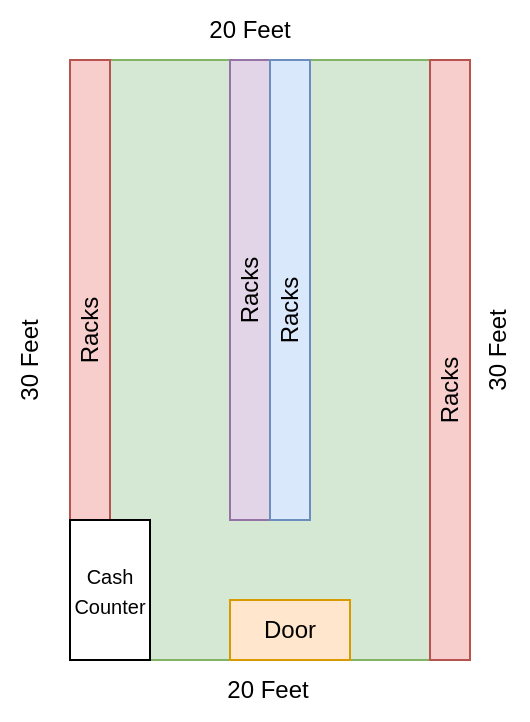
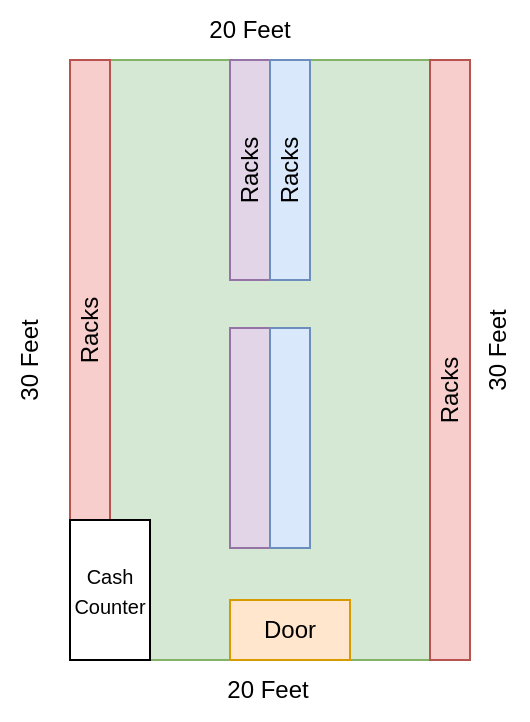
<mxfile host="app.diagrams.net">
  <diagram name="Page-1" id="zG6hiOXuOmAUIq7qCYwK">
    <mxGraphModel dx="1204" dy="674" grid="1" gridSize="10" guides="1" tooltips="1" connect="1" arrows="1" fold="1" page="1" pageScale="1" pageWidth="827" pageHeight="1169" math="0" shadow="0">
      <root>
        <mxCell id="0" />
        <mxCell id="1" parent="0" />
        <mxCell id="E7O0KfWV2V88D2bBGpZ0-1" parent="1" style="whiteSpace=wrap;html=1;fillColor=#d5e8d4;strokeColor=#82b366;" value="" vertex="1">
          <mxGeometry height="300" width="200" x="230" y="170" as="geometry" />
        </mxCell>
        <mxCell id="E7O0KfWV2V88D2bBGpZ0-2" parent="1" style="whiteSpace=wrap;html=1;fillColor=#f8cecc;strokeColor=#b85450;" value="" vertex="1">
          <mxGeometry height="230" width="20" x="230" y="170" as="geometry" />
        </mxCell>
        <mxCell id="E7O0KfWV2V88D2bBGpZ0-3" parent="1" style="whiteSpace=wrap;html=1;fillColor=#f8cecc;strokeColor=#b85450;" value="" vertex="1">
          <mxGeometry height="300" width="20" x="410" y="170" as="geometry" />
        </mxCell>
        <mxCell id="E7O0KfWV2V88D2bBGpZ0-4" parent="1" style="whiteSpace=wrap;html=1;fillColor=#e1d5e7;strokeColor=#9673a6;" value="" vertex="1">
-           <mxGeometry height="230" width="20" x="310" y="170" as="geometry" />
+           <mxGeometry height="110" width="20" x="310" y="170" as="geometry" />
        </mxCell>
        <mxCell id="E7O0KfWV2V88D2bBGpZ0-5" parent="1" style="whiteSpace=wrap;html=1;fillColor=#dae8fc;strokeColor=#6c8ebf;" value="" vertex="1">
-           <mxGeometry height="230" width="20" x="330" y="170" as="geometry" />
+           <mxGeometry height="110" width="20" x="330" y="170" as="geometry" />
        </mxCell>
        <mxCell id="E7O0KfWV2V88D2bBGpZ0-6" parent="1" style="whiteSpace=wrap;html=1;" value="&lt;font style=&quot;font-size: 10px;&quot;&gt;Cash&lt;/font&gt;&lt;div&gt;&lt;font style=&quot;font-size: 10px;&quot;&gt;Counter&lt;/font&gt;&lt;/div&gt;" vertex="1">
          <mxGeometry height="70" width="40" x="230" y="400" as="geometry" />
        </mxCell>
        <mxCell id="E7O0KfWV2V88D2bBGpZ0-7" parent="1" style="text;html=1;whiteSpace=wrap;strokeColor=none;fillColor=none;align=center;verticalAlign=middle;rounded=0;rotation=270;" value="Racks" vertex="1">
-           <mxGeometry height="30" width="60" x="310" y="280" as="geometry" />
+           <mxGeometry height="30" width="60" x="310" y="210" as="geometry" />
        </mxCell>
        <mxCell id="E7O0KfWV2V88D2bBGpZ0-8" parent="1" style="text;html=1;whiteSpace=wrap;strokeColor=none;fillColor=none;align=center;verticalAlign=middle;rounded=0;rotation=270;" value="Racks" vertex="1">
          <mxGeometry height="30" width="60" x="390" y="320" as="geometry" />
        </mxCell>
        <mxCell id="E7O0KfWV2V88D2bBGpZ0-9" parent="1" style="text;html=1;whiteSpace=wrap;strokeColor=none;fillColor=none;align=center;verticalAlign=middle;rounded=0;rotation=270;" value="Racks" vertex="1">
-           <mxGeometry height="30" width="60" x="290" y="270" as="geometry" />
+           <mxGeometry height="30" width="60" x="290" y="210" as="geometry" />
        </mxCell>
        <mxCell id="E7O0KfWV2V88D2bBGpZ0-10" parent="1" style="text;html=1;whiteSpace=wrap;strokeColor=none;fillColor=none;align=center;verticalAlign=middle;rounded=0;rotation=270;" value="Racks" vertex="1">
          <mxGeometry height="30" width="60" x="210" y="290" as="geometry" />
        </mxCell>
        <mxCell id="E7O0KfWV2V88D2bBGpZ0-11" parent="1" style="text;html=1;whiteSpace=wrap;strokeColor=#d79b00;fillColor=#ffe6cc;align=center;verticalAlign=middle;rounded=0;" value="Door" vertex="1">
          <mxGeometry height="30" width="60" x="310" y="440" as="geometry" />
        </mxCell>
        <mxCell id="E7O0KfWV2V88D2bBGpZ0-12" parent="1" style="text;html=1;whiteSpace=wrap;strokeColor=none;fillColor=none;align=center;verticalAlign=middle;rounded=0;" value="20 Feet" vertex="1">
          <mxGeometry height="30" width="60" x="299" y="470" as="geometry" />
        </mxCell>
        <mxCell id="E7O0KfWV2V88D2bBGpZ0-13" parent="1" style="text;html=1;whiteSpace=wrap;strokeColor=none;fillColor=none;align=center;verticalAlign=middle;rounded=0;" value="20 Feet" vertex="1">
          <mxGeometry height="30" width="60" x="290" y="140" as="geometry" />
        </mxCell>
        <mxCell id="E7O0KfWV2V88D2bBGpZ0-14" parent="1" style="text;html=1;whiteSpace=wrap;strokeColor=none;fillColor=none;align=center;verticalAlign=middle;rounded=0;rotation=270;" value="30 Feet" vertex="1">
          <mxGeometry height="30" width="60" x="414" y="300" as="geometry" />
        </mxCell>
        <mxCell id="E7O0KfWV2V88D2bBGpZ0-15" parent="1" style="text;html=1;whiteSpace=wrap;strokeColor=none;fillColor=none;align=center;verticalAlign=middle;rounded=0;rotation=270;" value="30 Feet" vertex="1">
          <mxGeometry height="30" width="60" x="180" y="305" as="geometry" />
        </mxCell>
+         <mxCell id="E7O0KfWV2V88D2bBGpZ0-18" parent="1" style="whiteSpace=wrap;html=1;fillColor=#e1d5e7;strokeColor=#9673a6;" value="" vertex="1">
+           <mxGeometry height="110" width="20" x="310" y="304" as="geometry" />
+         </mxCell>
+         <mxCell id="E7O0KfWV2V88D2bBGpZ0-20" parent="1" style="whiteSpace=wrap;html=1;fillColor=#dae8fc;strokeColor=#6c8ebf;" value="" vertex="1">
+           <mxGeometry height="110" width="20" x="330" y="304" as="geometry" />
+         </mxCell>
      </root>
    </mxGraphModel>
  </diagram>
</mxfile>
